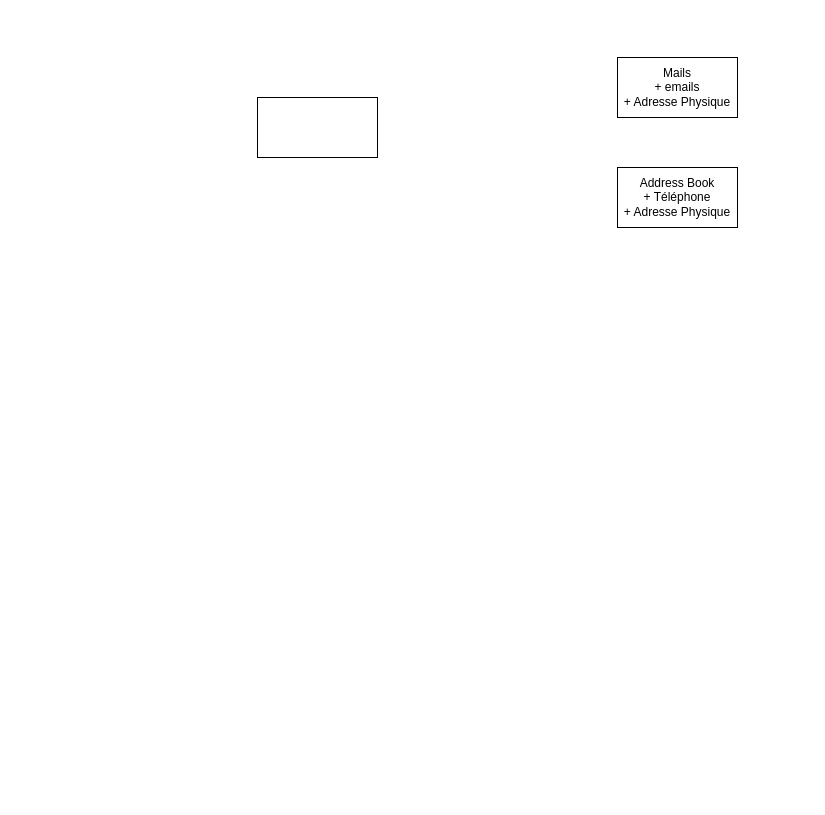
Earlier version of the draw.io diagram page "Grafcet-Projet" (3 of 3) of CRM.drawio (GosuJunk/gosu_nietsche). Source tidied: cells renumbered, new cells numbered last; positions are measured from the earlier drawing's top-left corner, leaving out a move shared by most shapes. Both pictures are drawn from the tidied source at 100%, with x=0, y=0 at pixel (257, 57).
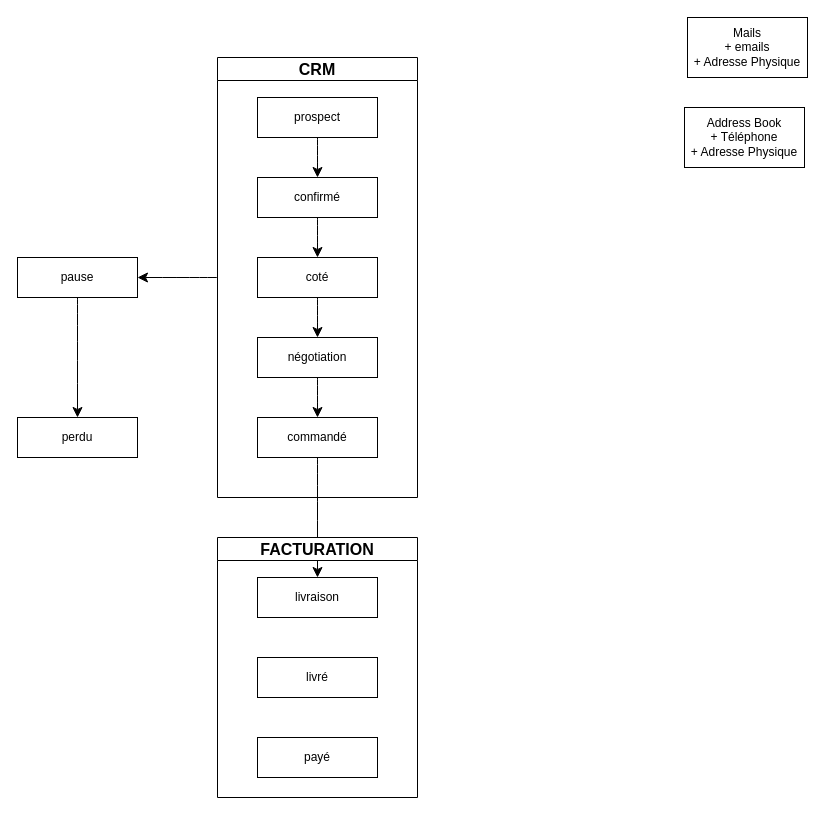
Above is the later version.

Change to the diagram source:
```diff
@@
+    <mxCell id="5" style="edgeStyle=none;curved=1;rounded=0;jettySize=auto;html=1;fontSize=12;startSize=8;endSize=8;" parent="1" edge="1" source="2">
+      <mxGeometry relative="1" as="geometry">
+        <mxPoint x="60" y="120" as="targetPoint" />
+      </mxGeometry>
+    </mxCell>
-    <mxCell id="2" style="rounded=0;whiteSpace=wrap;html=1;" parent="1" vertex="1">
-      <mxGeometry y="40" width="120" height="60" as="geometry" />
+    <mxCell id="2" value="prospect" style="rounded=0;whiteSpace=wrap;html=1;" parent="1" vertex="1">
+      <mxGeometry y="40" width="120" height="40" as="geometry" />
     </mxCell>
     <mxCell id="3" value="&lt;div&gt;Mails&lt;/div&gt;&lt;div&gt;+ emails&lt;/div&gt;&lt;div&gt;+ Adresse Physique&lt;/div&gt;" style="rounded=0;whiteSpace=wrap;html=1;" parent="1" vertex="1">
-      <mxGeometry x="360" width="120" height="60" as="geometry" />
+      <mxGeometry x="430" y="-40" width="120" height="60" as="geometry" />
     </mxCell>
     <mxCell id="4" value="&lt;div&gt;Address Book&lt;/div&gt;&lt;div&gt;+ Téléphone&lt;/div&gt;&lt;div&gt;+ Adresse Physique&lt;br&gt;&lt;/div&gt;" style="rounded=0;whiteSpace=wrap;html=1;" parent="1" vertex="1">
-      <mxGeometry x="360" y="110" width="120" height="60" as="geometry" />
+      <mxGeometry x="427" y="50" width="120" height="60" as="geometry" />
     </mxCell>
+    <mxCell id="6" style="edgeStyle=none;curved=1;rounded=0;jettySize=auto;html=1;fontSize=12;startSize=8;endSize=8;" parent="1" edge="1" source="7">
+      <mxGeometry relative="1" as="geometry">
+        <mxPoint x="60" y="200" as="targetPoint" />
+      </mxGeometry>
+    </mxCell>
+    <mxCell id="7" value="confirmé" style="rounded=0;whiteSpace=wrap;html=1;" parent="1" vertex="1">
+      <mxGeometry y="120" width="120" height="40" as="geometry" />
+    </mxCell>
+    <mxCell id="8" style="edgeStyle=none;curved=1;rounded=0;jettySize=auto;html=1;fontSize=12;startSize=8;endSize=8;" parent="1" edge="1" source="9">
+      <mxGeometry relative="1" as="geometry">
+        <mxPoint x="60" y="280" as="targetPoint" />
+      </mxGeometry>
+    </mxCell>
+    <mxCell id="9" value="coté" style="rounded=0;whiteSpace=wrap;html=1;" parent="1" vertex="1">
+      <mxGeometry y="200" width="120" height="40" as="geometry" />
+    </mxCell>
+    <mxCell id="10" style="edgeStyle=none;curved=1;rounded=0;jettySize=auto;html=1;fontSize=12;startSize=8;endSize=8;" parent="1" edge="1" source="11" target="20">
+      <mxGeometry relative="1" as="geometry" />
+    </mxCell>
+    <mxCell id="11" value="commandé" style="rounded=0;whiteSpace=wrap;html=1;" parent="1" vertex="1">
+      <mxGeometry y="360" width="120" height="40" as="geometry" />
+    </mxCell>
+    <mxCell id="12" style="edgeStyle=none;curved=1;rounded=0;jettySize=auto;html=1;fontSize=12;startSize=8;endSize=8;" parent="1" edge="1" source="13">
+      <mxGeometry relative="1" as="geometry">
+        <mxPoint x="60" y="360" as="targetPoint" />
+      </mxGeometry>
+    </mxCell>
+    <mxCell id="13" value="négotiation" style="rounded=0;whiteSpace=wrap;html=1;" parent="1" vertex="1">
+      <mxGeometry y="280" width="120" height="40" as="geometry" />
+    </mxCell>
+    <mxCell id="14" style="edgeStyle=none;curved=1;rounded=0;jettySize=auto;html=1;fontSize=12;startSize=8;endSize=8;" parent="1" edge="1" source="15" target="16">
+      <mxGeometry relative="1" as="geometry" />
+    </mxCell>
+    <mxCell id="15" value="pause" style="rounded=0;whiteSpace=wrap;html=1;" parent="1" vertex="1">
+      <mxGeometry x="-240" y="200" width="120" height="40" as="geometry" />
+    </mxCell>
+    <mxCell id="16" value="perdu" style="rounded=0;whiteSpace=wrap;html=1;" parent="1" vertex="1">
+      <mxGeometry x="-240" y="360" width="120" height="40" as="geometry" />
+    </mxCell>
+    <mxCell id="17" style="edgeStyle=none;curved=1;rounded=0;jettySize=auto;html=1;fontSize=12;startSize=8;endSize=8;" parent="1" edge="1" source="18" target="15">
+      <mxGeometry relative="1" as="geometry" />
+    </mxCell>
+    <mxCell id="18" value="CRM" style="swimlane;whiteSpace=wrap;html=1;fontSize=16;" parent="1" vertex="1">
+      <mxGeometry x="-40" width="200" height="440" as="geometry" />
+    </mxCell>
+    <mxCell id="19" value="FACTURATION" style="swimlane;whiteSpace=wrap;html=1;fontSize=16;" parent="1" vertex="1">
+      <mxGeometry x="-40" y="480" width="200" height="260" as="geometry" />
+    </mxCell>
+    <mxCell id="20" value="livraison" style="rounded=0;whiteSpace=wrap;html=1;" parent="19" vertex="1">
+      <mxGeometry x="40" y="40" width="120" height="40" as="geometry" />
+    </mxCell>
+    <mxCell id="21" value="payé" style="rounded=0;whiteSpace=wrap;html=1;" parent="19" vertex="1">
+      <mxGeometry x="40" y="200" width="120" height="40" as="geometry" />
+    </mxCell>
+    <mxCell id="22" value="livré" style="rounded=0;whiteSpace=wrap;html=1;" parent="19" vertex="1">
+      <mxGeometry x="40" y="120" width="120" height="40" as="geometry" />
+    </mxCell>
```
